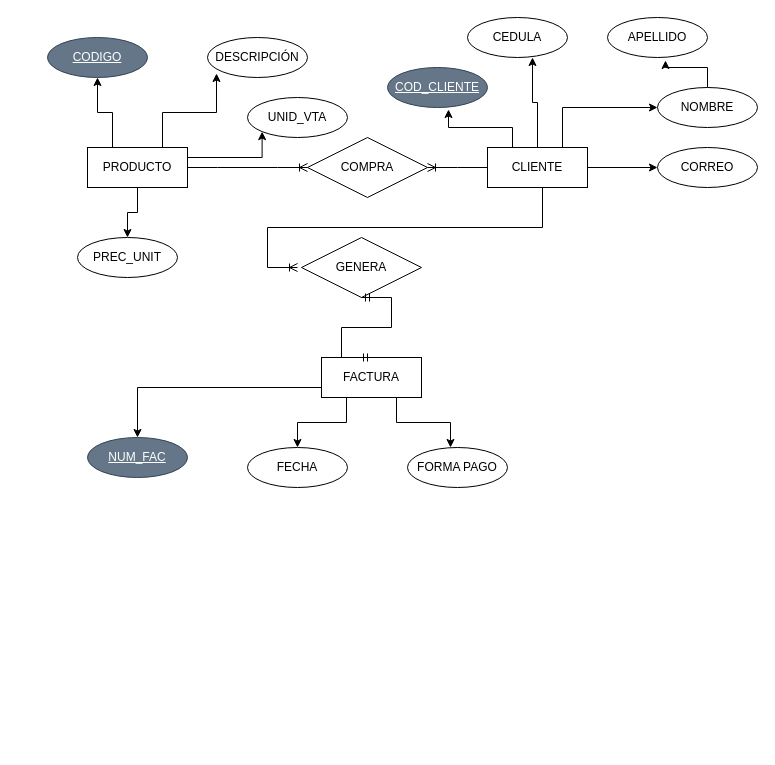
The draw.io diagram Micromercado.drawio in AOlmosPilares/Base-de-Datos, before the edit. Source tidied: cells renumbered, new cells numbered last; positions are measured from the earlier drawing's top-left corner, leaving out a move shared by most shapes. Both pictures are drawn from the tidied source at 100%, with x=0, y=0 at pixel (47, 17).
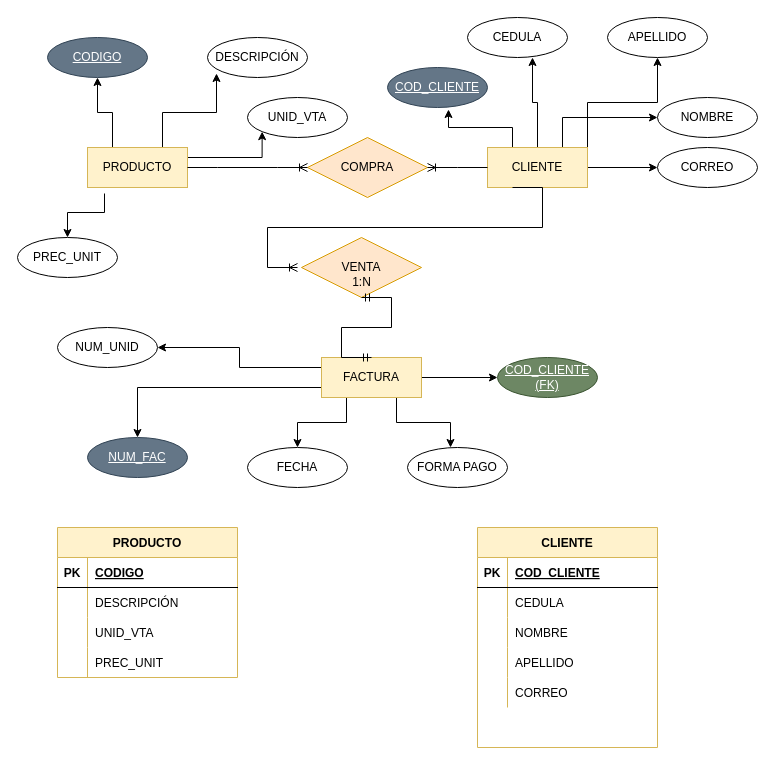
The same page after the edit.

Unchanged cells that the change refers to:
```xml
<mxCell id="19" value="APELLIDO" style="ellipse;whiteSpace=wrap;html=1;align=center;" parent="1" vertex="1">
  <mxGeometry x="560" width="100" height="40" as="geometry" />
</mxCell>
```

Diff of the diagram source:
```diff
@@
-    <mxCell id="5" style="edgeStyle=orthogonalEdgeStyle;rounded=0;jettySize=auto;html=1;exitX=0.5;exitY=1;exitDx=0;exitDy=0;entryX=0.5;entryY=0;entryDx=0;entryDy=0;" parent="1" edge="1" source="6" target="8">
+    <mxCell id="5" style="edgeStyle=orthogonalEdgeStyle;rounded=0;jettySize=auto;html=1;exitX=0.17;exitY=1.15;exitDx=0;exitDy=0;entryX=0.5;entryY=0;entryDx=0;entryDy=0;exitPerimeter=0;" parent="1" edge="1" source="6" target="8">
       <mxGeometry relative="1" as="geometry" />
     </mxCell>
-    <mxCell id="6" value="PRODUCTO" style="whiteSpace=wrap;html=1;align=center;" parent="1" vertex="1">
+    <mxCell id="6" value="PRODUCTO" style="whiteSpace=wrap;html=1;align=center;fillColor=#fff2cc;strokeColor=#d6b656;" parent="1" vertex="1">
       <mxGeometry x="40" y="130" width="100" height="40" as="geometry" />
     </mxCell>
@@
     <mxCell id="8" value="PREC_UNIT" style="ellipse;whiteSpace=wrap;html=1;align=center;" parent="1" vertex="1">
-      <mxGeometry x="30" y="220" width="100" height="40" as="geometry" />
+      <mxGeometry x="-30" y="220" width="100" height="40" as="geometry" />
     </mxCell>
@@
+    <mxCell id="35" style="edgeStyle=orthogonalEdgeStyle;rounded=0;jettySize=auto;html=1;exitX=1;exitY=0;exitDx=0;exitDy=0;" parent="1" edge="1" source="15" target="19">
+      <mxGeometry relative="1" as="geometry" />
+    </mxCell>
-    <mxCell id="15" value="CLIENTE" style="whiteSpace=wrap;html=1;align=center;" parent="1" vertex="1">
+    <mxCell id="15" value="CLIENTE" style="whiteSpace=wrap;html=1;align=center;fillColor=#fff2cc;strokeColor=#d6b656;" parent="1" vertex="1">
       <mxGeometry x="440" y="130" width="100" height="40" as="geometry" />
     </mxCell>
@@
-    <mxCell id="17" style="edgeStyle=orthogonalEdgeStyle;rounded=0;jettySize=auto;html=1;exitX=0.5;exitY=0;exitDx=0;exitDy=0;entryX=0.58;entryY=1.075;entryDx=0;entryDy=0;entryPerimeter=0;" parent="1" edge="1" source="18" target="19">
-      <mxGeometry relative="1" as="geometry" />
-    </mxCell>
     <mxCell id="18" value="NOMBRE" style="ellipse;whiteSpace=wrap;html=1;align=center;" parent="1" vertex="1">
-      <mxGeometry x="610" y="70" width="100" height="40" as="geometry" />
+      <mxGeometry x="610" y="80" width="100" height="40" as="geometry" />
     </mxCell>
@@
+    <mxCell id="36" style="edgeStyle=orthogonalEdgeStyle;rounded=0;jettySize=auto;html=1;exitX=1;exitY=0.5;exitDx=0;exitDy=0;entryX=0;entryY=0.5;entryDx=0;entryDy=0;" parent="1" edge="1" source="25" target="39">
+      <mxGeometry relative="1" as="geometry" />
+    </mxCell>
+    <mxCell id="37" style="edgeStyle=orthogonalEdgeStyle;rounded=0;jettySize=auto;html=1;exitX=0;exitY=0.25;exitDx=0;exitDy=0;entryX=1;entryY=0.5;entryDx=0;entryDy=0;" parent="1" edge="1" source="25" target="40">
+      <mxGeometry relative="1" as="geometry" />
+    </mxCell>
-    <mxCell id="25" value="FACTURA" style="whiteSpace=wrap;html=1;align=center;" parent="1" vertex="1">
+    <mxCell id="25" value="FACTURA" style="whiteSpace=wrap;html=1;align=center;fillColor=#fff2cc;strokeColor=#d6b656;" parent="1" vertex="1">
       <mxGeometry x="274" y="340" width="100" height="40" as="geometry" />
     </mxCell>
@@
-    <mxCell id="29" value="COMPRA" style="shape=rhombus;perimeter=rhombusPerimeter;whiteSpace=wrap;html=1;align=center;" parent="1" vertex="1">
+    <mxCell id="29" value="COMPRA" style="shape=rhombus;perimeter=rhombusPerimeter;whiteSpace=wrap;html=1;align=center;fillColor=#ffe6cc;strokeColor=#d79b00;" parent="1" vertex="1">
       <mxGeometry x="260" y="120" width="120" height="60" as="geometry" />
     </mxCell>
@@
-    <mxCell id="32" value="GENERA" style="shape=rhombus;perimeter=rhombusPerimeter;whiteSpace=wrap;html=1;align=center;" parent="1" vertex="1">
+    <mxCell id="32" value="VENTA" style="shape=rhombus;perimeter=rhombusPerimeter;whiteSpace=wrap;html=1;align=center;fillColor=#ffe6cc;strokeColor=#d79b00;" parent="1" vertex="1">
       <mxGeometry x="254" y="220" width="120" height="60" as="geometry" />
     </mxCell>
@@
+    <mxCell id="38" value="1:N" style="text;html=1;align=center;verticalAlign=middle;fillColor=none;strokeColor=none;rounded=0;" parent="1" vertex="1">
+      <mxGeometry x="294" y="250" width="40" height="30" as="geometry" />
+    </mxCell>
+    <mxCell id="39" value="COD_CLIENTE&lt;br&gt;(FK)" style="ellipse;whiteSpace=wrap;html=1;align=center;fontStyle=4;fillColor=#6d8764;fontColor=#ffffff;strokeColor=#3A5431;" parent="1" vertex="1">
+      <mxGeometry x="450" y="340" width="100" height="40" as="geometry" />
+    </mxCell>
+    <mxCell id="40" value="NUM_UNID" style="ellipse;whiteSpace=wrap;html=1;align=center;" parent="1" vertex="1">
+      <mxGeometry x="10" y="310" width="100" height="40" as="geometry" />
+    </mxCell>
+    <mxCell id="41" value="PRODUCTO" style="shape=table;startSize=30;childLayout=tableLayout;rowLines=0;fontStyle=1;align=center;fillColor=#fff2cc;strokeColor=#d6b656;" parent="1" vertex="1">
+      <mxGeometry x="10" y="510" width="180" height="150" as="geometry" />
+    </mxCell>
+    <mxCell id="42" style="shape=tableRow;horizontal=0;startSize=0;swimlaneHead=0;swimlaneBody=0;fillColor=none;top=0;left=0;right=0;bottom=1;" parent="41" vertex="1">
+      <mxGeometry y="30" width="180" height="30" as="geometry" />
+    </mxCell>
+    <mxCell id="43" value="PK" style="shape=partialRectangle;fillColor=none;top=0;left=0;bottom=0;right=0;fontStyle=1;overflow=hidden;" parent="42" vertex="1">
+      <mxGeometry width="30" height="30" as="geometry" />
+    </mxCell>
+    <mxCell id="44" value="CODIGO" style="shape=partialRectangle;fillColor=none;top=0;left=0;bottom=0;right=0;align=left;spacingLeft=6;fontStyle=5;overflow=hidden;" parent="42" vertex="1">
+      <mxGeometry x="30" width="150" height="30" as="geometry" />
+    </mxCell>
+    <mxCell id="45" style="shape=tableRow;horizontal=0;startSize=0;swimlaneHead=0;swimlaneBody=0;fillColor=none;top=0;left=0;right=0;bottom=0;" parent="41" vertex="1">
+      <mxGeometry y="60" width="180" height="30" as="geometry" />
+    </mxCell>
+    <mxCell id="46" style="shape=partialRectangle;fillColor=none;top=0;left=0;bottom=0;right=0;overflow=hidden;" parent="45" vertex="1">
+      <mxGeometry width="30" height="30" as="geometry" />
+    </mxCell>
+    <mxCell id="47" value="DESCRIPCIÓN" style="shape=partialRectangle;fillColor=none;top=0;left=0;bottom=0;right=0;align=left;spacingLeft=6;overflow=hidden;" parent="45" vertex="1">
+      <mxGeometry x="30" width="150" height="30" as="geometry" />
+    </mxCell>
+    <mxCell id="48" style="shape=tableRow;horizontal=0;startSize=0;swimlaneHead=0;swimlaneBody=0;fillColor=none;top=0;left=0;right=0;bottom=0;" parent="41" vertex="1">
+      <mxGeometry y="90" width="180" height="30" as="geometry" />
+    </mxCell>
+    <mxCell id="49" style="shape=partialRectangle;fillColor=none;top=0;left=0;bottom=0;right=0;overflow=hidden;" parent="48" vertex="1">
+      <mxGeometry width="30" height="30" as="geometry" />
+    </mxCell>
+    <mxCell id="50" value="UNID_VTA" style="shape=partialRectangle;fillColor=none;top=0;left=0;bottom=0;right=0;align=left;spacingLeft=6;overflow=hidden;" parent="48" vertex="1">
+      <mxGeometry x="30" width="150" height="30" as="geometry" />
+    </mxCell>
+    <mxCell id="51" style="shape=tableRow;horizontal=0;startSize=0;swimlaneHead=0;swimlaneBody=0;fillColor=none;top=0;left=0;right=0;bottom=0;" parent="41" vertex="1">
+      <mxGeometry y="120" width="180" height="30" as="geometry" />
+    </mxCell>
+    <mxCell id="52" style="shape=partialRectangle;fillColor=none;top=0;left=0;bottom=0;right=0;overflow=hidden;" parent="51" vertex="1">
+      <mxGeometry width="30" height="30" as="geometry" />
+    </mxCell>
+    <mxCell id="53" value="PREC_UNIT" style="shape=partialRectangle;fillColor=none;top=0;left=0;bottom=0;right=0;align=left;spacingLeft=6;overflow=hidden;" parent="51" vertex="1">
+      <mxGeometry x="30" width="150" height="30" as="geometry" />
+    </mxCell>
+    <mxCell id="54" value="CLIENTE" style="shape=table;startSize=30;childLayout=tableLayout;rowLines=0;fontStyle=1;align=center;fillColor=#fff2cc;strokeColor=#d6b656;" parent="1" vertex="1">
+      <mxGeometry x="430" y="510" width="180" height="220" as="geometry" />
+    </mxCell>
+    <mxCell id="55" style="shape=tableRow;horizontal=0;startSize=0;swimlaneHead=0;swimlaneBody=0;fillColor=none;top=0;left=0;right=0;bottom=1;" parent="54" vertex="1">
+      <mxGeometry y="30" width="180" height="30" as="geometry" />
+    </mxCell>
+    <mxCell id="56" value="PK" style="shape=partialRectangle;fillColor=none;top=0;left=0;bottom=0;right=0;fontStyle=1;overflow=hidden;" parent="55" vertex="1">
+      <mxGeometry width="30" height="30" as="geometry" />
+    </mxCell>
+    <mxCell id="57" value="COD_CLIENTE" style="shape=partialRectangle;fillColor=none;top=0;left=0;bottom=0;right=0;align=left;spacingLeft=6;fontStyle=5;overflow=hidden;" parent="55" vertex="1">
+      <mxGeometry x="30" width="150" height="30" as="geometry" />
+    </mxCell>
+    <mxCell id="58" style="shape=tableRow;horizontal=0;startSize=0;swimlaneHead=0;swimlaneBody=0;fillColor=none;top=0;left=0;right=0;bottom=0;" parent="54" vertex="1">
+      <mxGeometry y="60" width="180" height="30" as="geometry" />
+    </mxCell>
+    <mxCell id="59" style="shape=partialRectangle;fillColor=none;top=0;left=0;bottom=0;right=0;overflow=hidden;" parent="58" vertex="1">
+      <mxGeometry width="30" height="30" as="geometry" />
+    </mxCell>
+    <mxCell id="60" value="CEDULA" style="shape=partialRectangle;fillColor=none;top=0;left=0;bottom=0;right=0;align=left;spacingLeft=6;overflow=hidden;" parent="58" vertex="1">
+      <mxGeometry x="30" width="150" height="30" as="geometry" />
+    </mxCell>
+    <mxCell id="61" style="shape=tableRow;horizontal=0;startSize=0;swimlaneHead=0;swimlaneBody=0;fillColor=none;top=0;left=0;right=0;bottom=0;" parent="54" vertex="1">
+      <mxGeometry y="90" width="180" height="30" as="geometry" />
+    </mxCell>
+    <mxCell id="62" style="shape=partialRectangle;fillColor=none;top=0;left=0;bottom=0;right=0;overflow=hidden;" parent="61" vertex="1">
+      <mxGeometry width="30" height="30" as="geometry" />
+    </mxCell>
+    <mxCell id="63" value="NOMBRE" style="shape=partialRectangle;fillColor=none;top=0;left=0;bottom=0;right=0;align=left;spacingLeft=6;overflow=hidden;" parent="61" vertex="1">
+      <mxGeometry x="30" width="150" height="30" as="geometry" />
+    </mxCell>
+    <mxCell id="64" style="shape=tableRow;horizontal=0;startSize=0;swimlaneHead=0;swimlaneBody=0;fillColor=none;top=0;left=0;right=0;bottom=0;" parent="54" vertex="1">
+      <mxGeometry y="120" width="180" height="30" as="geometry" />
+    </mxCell>
+    <mxCell id="65" style="shape=partialRectangle;fillColor=none;top=0;left=0;bottom=0;right=0;overflow=hidden;" parent="64" vertex="1">
+      <mxGeometry width="30" height="30" as="geometry" />
+    </mxCell>
+    <mxCell id="66" value="APELLIDO" style="shape=partialRectangle;fillColor=none;top=0;left=0;bottom=0;right=0;align=left;spacingLeft=6;overflow=hidden;" parent="64" vertex="1">
+      <mxGeometry x="30" width="150" height="30" as="geometry" />
+    </mxCell>
+    <mxCell id="67" style="shape=tableRow;horizontal=0;startSize=0;swimlaneHead=0;swimlaneBody=0;fillColor=none;top=0;left=0;right=0;bottom=0;" parent="54" vertex="1">
+      <mxGeometry y="150" width="180" height="30" as="geometry" />
+    </mxCell>
+    <mxCell id="68" style="shape=partialRectangle;fillColor=none;top=0;left=0;bottom=0;right=0;overflow=hidden;" parent="67" vertex="1">
+      <mxGeometry width="30" height="30" as="geometry" />
+    </mxCell>
+    <mxCell id="69" value="CORREO" style="shape=partialRectangle;fillColor=none;top=0;left=0;bottom=0;right=0;align=left;spacingLeft=6;overflow=hidden;" parent="67" vertex="1">
+      <mxGeometry x="30" width="150" height="30" as="geometry" />
+    </mxCell>
```
